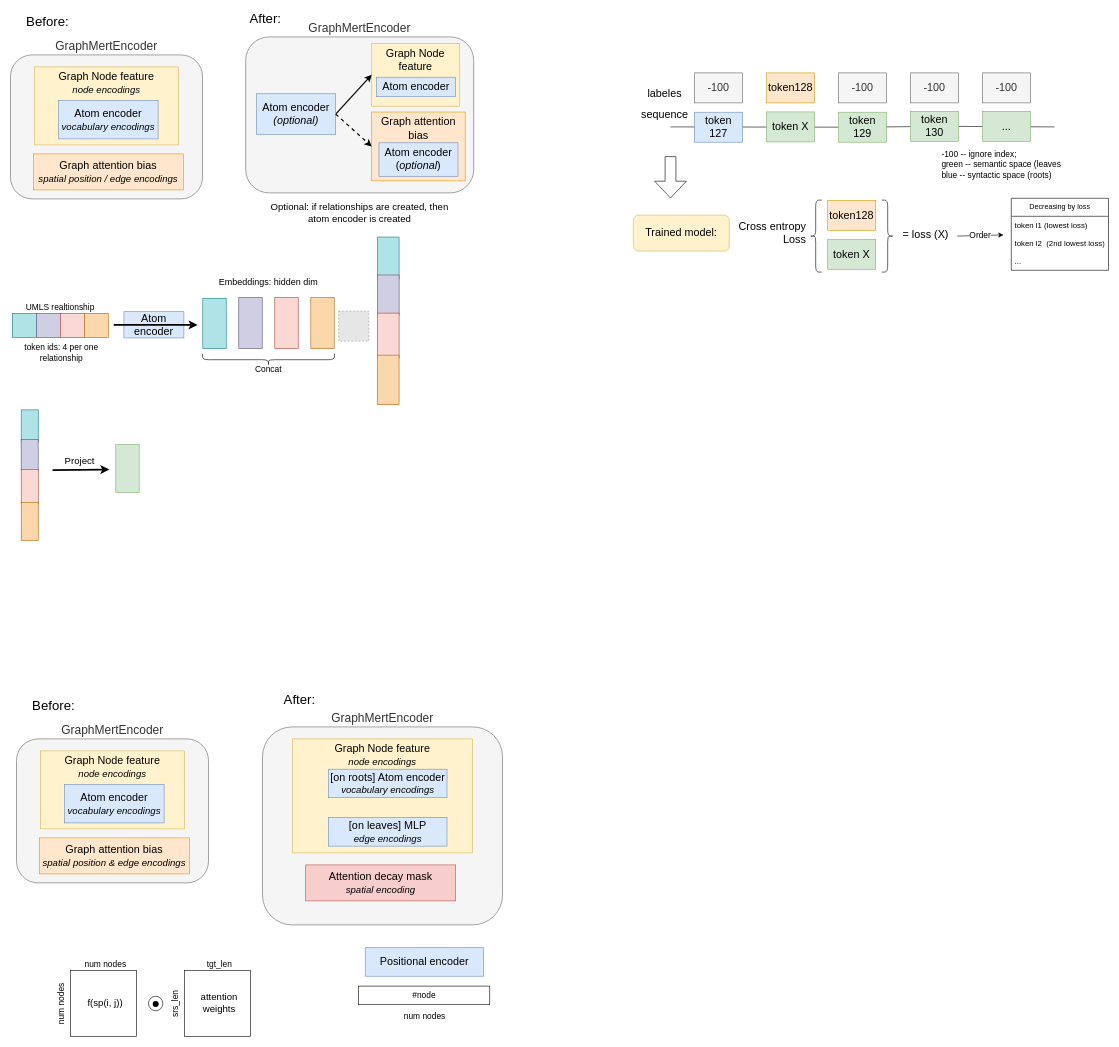
Above: page "Page-1" (1 of 3) of presentations/Untitled Diagram.drawio in across-stars/draw.io (draw.io), before the change. Source tidied: cells renumbered, new cells numbered last; positions are measured from the earlier drawing's top-left corner, leaving out a move shared by most shapes. Both pictures are drawn from the tidied source at 60%, with x=0, y=0 at pixel (10, 10). Pictures stored in the file or linked from it are replaced by grey dashed boxes.
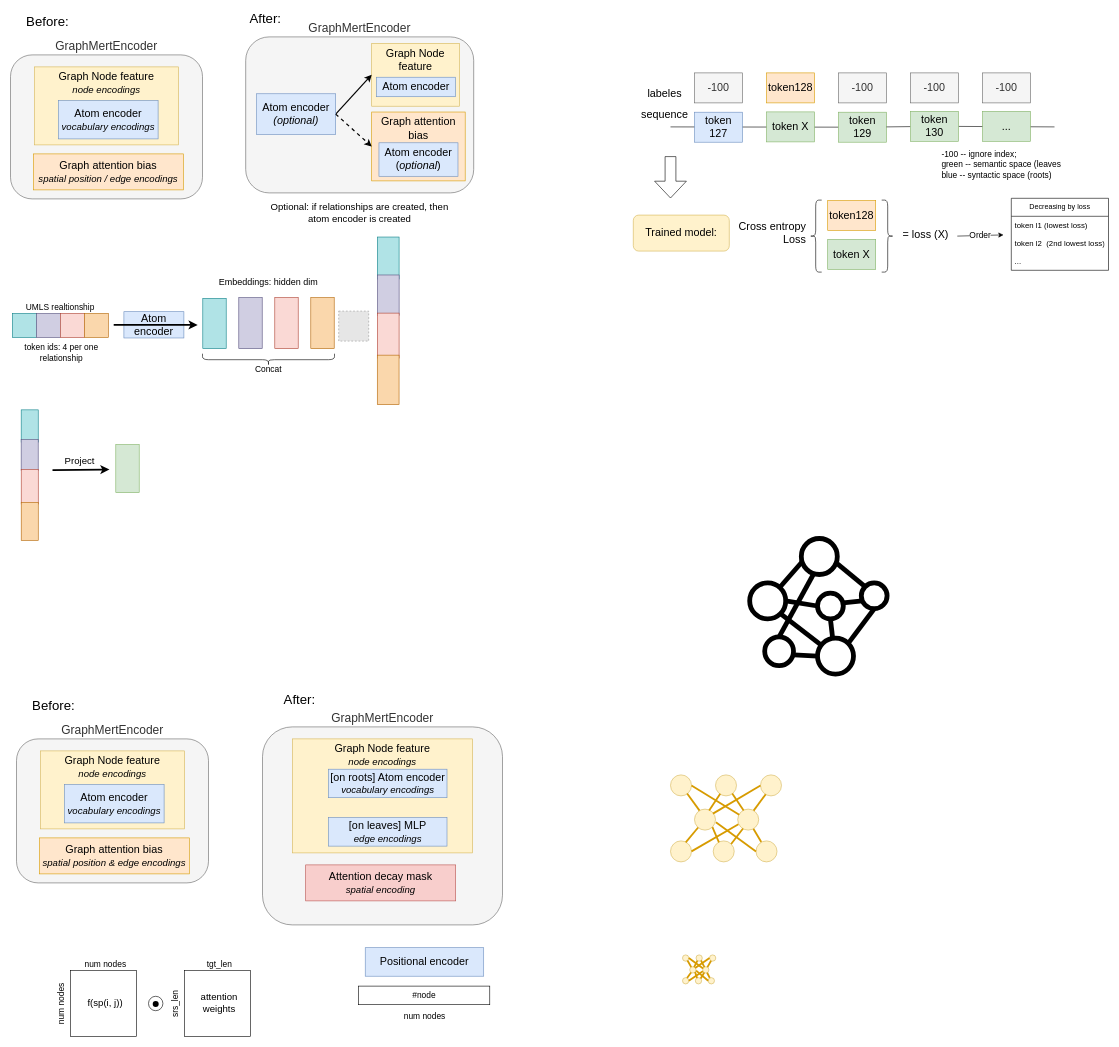
The same page after the edit.

What changed in the source:
```diff
@@
+    <mxCell id="107" style="group;" parent="1" vertex="1">
+      <mxGeometry x="1232" y="880" width="229" height="226" as="geometry" />
+    </mxCell>
+    <mxCell id="108" style="ellipse;whiteSpace=wrap;html=1;strokeWidth=8;fillColor=none;" parent="107" vertex="1">
+      <mxGeometry x="86" width="60" height="60" as="geometry" />
+    </mxCell>
+    <mxCell id="109" style="edgeStyle=none;shape=connector;rounded=0;jettySize=auto;html=1;exitX=1;exitY=1;exitDx=0;exitDy=0;strokeColor=default;strokeWidth=8;align=center;verticalAlign=middle;fontFamily=Helvetica;fontSize=11;fontColor=default;labelBackgroundColor=default;startFill=0;endArrow=none;" parent="107" edge="1" source="110" target="115">
+      <mxGeometry relative="1" as="geometry" />
+    </mxCell>
+    <mxCell id="110" style="ellipse;whiteSpace=wrap;html=1;strokeWidth=8;fillColor=none;" parent="107" vertex="1">
+      <mxGeometry y="74" width="60" height="60" as="geometry" />
+    </mxCell>
+    <mxCell id="111" style="edgeStyle=none;shape=connector;rounded=0;jettySize=auto;html=1;exitX=0;exitY=0.5;exitDx=0;exitDy=0;entryX=1;entryY=0.5;entryDx=0;entryDy=0;strokeColor=default;strokeWidth=8;align=center;verticalAlign=middle;fontFamily=Helvetica;fontSize=11;fontColor=default;labelBackgroundColor=default;startFill=0;endArrow=none;" parent="107" edge="1" source="112" target="110">
+      <mxGeometry relative="1" as="geometry" />
+    </mxCell>
+    <mxCell id="112" style="ellipse;whiteSpace=wrap;html=1;strokeWidth=8;fillColor=none;" parent="107" vertex="1">
+      <mxGeometry x="113" y="91" width="43" height="43" as="geometry" />
+    </mxCell>
+    <mxCell id="113" style="ellipse;whiteSpace=wrap;html=1;strokeWidth=8;fillColor=none;" parent="107" vertex="1">
+      <mxGeometry x="25" y="164" width="48" height="48" as="geometry" />
+    </mxCell>
+    <mxCell id="114" style="edgeStyle=none;shape=connector;rounded=0;jettySize=auto;html=1;exitX=1;exitY=0;exitDx=0;exitDy=0;entryX=0.5;entryY=1;entryDx=0;entryDy=0;strokeColor=default;strokeWidth=8;align=center;verticalAlign=middle;fontFamily=Helvetica;fontSize=11;fontColor=default;labelBackgroundColor=default;startFill=0;endArrow=none;" parent="107" edge="1" source="115" target="116">
+      <mxGeometry relative="1" as="geometry" />
+    </mxCell>
+    <mxCell id="115" style="ellipse;whiteSpace=wrap;html=1;strokeWidth=8;fillColor=none;" parent="107" vertex="1">
+      <mxGeometry x="113" y="166" width="60" height="60" as="geometry" />
+    </mxCell>
+    <mxCell id="116" style="ellipse;whiteSpace=wrap;html=1;strokeWidth=8;fillColor=none;" parent="107" vertex="1">
+      <mxGeometry x="186" y="74" width="43" height="43" as="geometry" />
+    </mxCell>
+    <mxCell id="117" style="edgeStyle=none;shape=connector;rounded=0;jettySize=auto;html=1;exitX=0.5;exitY=1;exitDx=0;exitDy=0;strokeColor=default;strokeWidth=8;align=center;verticalAlign=middle;fontFamily=Helvetica;fontSize=11;fontColor=default;labelBackgroundColor=default;startFill=0;endArrow=none;" parent="107" edge="1" source="112">
+      <mxGeometry relative="1" as="geometry">
+        <mxPoint x="138" y="164" as="targetPoint" />
+      </mxGeometry>
+    </mxCell>
+    <mxCell id="118" style="edgeStyle=none;shape=connector;rounded=0;jettySize=auto;html=1;exitX=0;exitY=0.5;exitDx=0;exitDy=0;entryX=1.013;entryY=0.627;entryDx=0;entryDy=0;entryPerimeter=0;strokeColor=default;strokeWidth=8;align=center;verticalAlign=middle;fontFamily=Helvetica;fontSize=11;fontColor=default;labelBackgroundColor=default;startFill=0;endArrow=none;" parent="107" edge="1" source="115" target="113">
+      <mxGeometry relative="1" as="geometry" />
+    </mxCell>
+    <mxCell id="119" style="edgeStyle=none;shape=connector;rounded=0;jettySize=auto;html=1;exitX=0.5;exitY=0;exitDx=0;exitDy=0;entryX=0.333;entryY=1;entryDx=0;entryDy=0;entryPerimeter=0;strokeColor=default;strokeWidth=8;align=center;verticalAlign=middle;fontFamily=Helvetica;fontSize=11;fontColor=default;labelBackgroundColor=default;startFill=0;endArrow=none;" parent="107" edge="1" source="113" target="108">
+      <mxGeometry relative="1" as="geometry" />
+    </mxCell>
+    <mxCell id="120" style="edgeStyle=none;shape=connector;rounded=0;jettySize=auto;html=1;exitX=0;exitY=0;exitDx=0;exitDy=0;entryX=0.997;entryY=0.7;entryDx=0;entryDy=0;entryPerimeter=0;strokeColor=default;strokeWidth=8;align=center;verticalAlign=middle;fontFamily=Helvetica;fontSize=11;fontColor=default;labelBackgroundColor=default;startFill=0;endArrow=none;" parent="107" edge="1" source="116" target="108">
+      <mxGeometry relative="1" as="geometry" />
+    </mxCell>
+    <mxCell id="121" style="edgeStyle=none;shape=connector;rounded=0;jettySize=auto;html=1;entryX=0.017;entryY=0.653;entryDx=0;entryDy=0;entryPerimeter=0;strokeColor=default;strokeWidth=8;align=center;verticalAlign=middle;fontFamily=Helvetica;fontSize=11;fontColor=default;labelBackgroundColor=default;startFill=0;endArrow=none;" parent="107" edge="1" source="110" target="108">
+      <mxGeometry relative="1" as="geometry" />
+    </mxCell>
+    <mxCell id="122" style="edgeStyle=none;shape=connector;rounded=0;jettySize=auto;html=1;exitX=0.993;exitY=0.383;exitDx=0;exitDy=0;entryX=0.037;entryY=0.697;entryDx=0;entryDy=0;entryPerimeter=0;strokeColor=default;strokeWidth=8;align=center;verticalAlign=middle;fontFamily=Helvetica;fontSize=11;fontColor=default;labelBackgroundColor=default;startFill=0;endArrow=none;exitPerimeter=0;" parent="107" edge="1" source="112" target="116">
+      <mxGeometry relative="1" as="geometry" />
+    </mxCell>
+    <mxCell id="123" style="group;" parent="1" vertex="1">
+      <mxGeometry x="1120" y="1574" width="60" height="50" as="geometry" />
+    </mxCell>
+    <mxCell id="124" style="group;flipV=1;" parent="123" vertex="1">
+      <mxGeometry y="37.9" width="57" height="12.1" as="geometry" />
+    </mxCell>
+    <mxCell id="125" style="ellipse;whiteSpace=wrap;html=1;fontFamily=Helvetica;fontSize=11;labelBackgroundColor=default;fillColor=#fff2cc;strokeColor=#d6b656;" parent="124" vertex="1">
+      <mxGeometry width="10.5" height="10.5" as="geometry" />
+    </mxCell>
+    <mxCell id="126" style="ellipse;whiteSpace=wrap;html=1;fontFamily=Helvetica;fontSize=11;labelBackgroundColor=default;fillColor=#fff2cc;strokeColor=#d6b656;" parent="124" vertex="1">
+      <mxGeometry x="21.4" width="10.5" height="10.5" as="geometry" />
+    </mxCell>
+    <mxCell id="127" style="ellipse;whiteSpace=wrap;html=1;fontFamily=Helvetica;fontSize=11;labelBackgroundColor=default;fillColor=#fff2cc;strokeColor=#d6b656;" parent="124" vertex="1">
+      <mxGeometry x="42.8" width="10.5" height="10.5" as="geometry" />
+    </mxCell>
+    <mxCell id="128" style="group;flipV=1;" parent="123" vertex="1">
+      <mxGeometry x="12" y="19.7" width="36" height="12.1" as="geometry" />
+    </mxCell>
+    <mxCell id="129" style="ellipse;whiteSpace=wrap;html=1;fontFamily=Helvetica;fontSize=11;labelBackgroundColor=default;fillColor=#fff2cc;strokeColor=#d6b656;" parent="128" vertex="1">
+      <mxGeometry width="10.5" height="10.5" as="geometry" />
+    </mxCell>
+    <mxCell id="130" style="ellipse;whiteSpace=wrap;html=1;fontFamily=Helvetica;fontSize=11;labelBackgroundColor=default;fillColor=#fff2cc;strokeColor=#d6b656;" parent="128" vertex="1">
+      <mxGeometry x="21.6" width="10.5" height="10.5" as="geometry" />
+    </mxCell>
+    <mxCell id="131" style="group;flipV=1;" parent="123" vertex="1">
+      <mxGeometry width="60" height="12.1" as="geometry" />
+    </mxCell>
+    <mxCell id="132" style="ellipse;whiteSpace=wrap;html=1;fontFamily=Helvetica;fontSize=11;labelBackgroundColor=default;fillColor=#fff2cc;strokeColor=#d6b656;" parent="131" vertex="1">
+      <mxGeometry width="10.5" height="10.5" as="geometry" />
+    </mxCell>
+    <mxCell id="133" style="ellipse;whiteSpace=wrap;html=1;fontFamily=Helvetica;fontSize=11;labelBackgroundColor=default;fillColor=#fff2cc;strokeColor=#d6b656;" parent="131" vertex="1">
+      <mxGeometry x="22.5" width="10.5" height="10.5" as="geometry" />
+    </mxCell>
+    <mxCell id="134" style="ellipse;whiteSpace=wrap;html=1;fontFamily=Helvetica;fontSize=11;labelBackgroundColor=default;fillColor=#fff2cc;strokeColor=#d6b656;" parent="131" vertex="1">
+      <mxGeometry x="45" width="10.5" height="10.5" as="geometry" />
+    </mxCell>
+    <mxCell id="135" style="edgeStyle=none;shape=connector;rounded=0;jettySize=auto;html=1;exitX=0.25;exitY=0.051;exitDx=0;exitDy=0;strokeColor=#d79b00;strokeWidth=3;align=center;verticalAlign=middle;fontFamily=Helvetica;fontSize=11;fontColor=default;labelBackgroundColor=default;startFill=0;endArrow=none;exitPerimeter=0;fillColor=#ffe6cc;" parent="123" edge="1" source="127" target="130">
+      <mxGeometry relative="1" as="geometry" />
+    </mxCell>
+    <mxCell id="136" style="edgeStyle=none;shape=connector;rounded=0;jettySize=auto;html=1;exitX=0.759;exitY=0.073;exitDx=0;exitDy=0;entryX=0.25;entryY=0.919;entryDx=0;entryDy=0;entryPerimeter=0;strokeColor=#d79b00;strokeWidth=3;align=center;verticalAlign=middle;fontFamily=Helvetica;fontSize=11;fontColor=default;labelBackgroundColor=default;startFill=0;endArrow=none;fillColor=#ffe6cc;exitPerimeter=0;" parent="123" edge="1" source="130" target="134">
+      <mxGeometry relative="1" as="geometry" />
+    </mxCell>
+    <mxCell id="137" style="edgeStyle=none;shape=connector;rounded=0;jettySize=auto;html=1;exitX=0.283;exitY=0.064;exitDx=0;exitDy=0;entryX=0.797;entryY=0.889;entryDx=0;entryDy=0;strokeColor=#d79b00;strokeWidth=3;align=center;verticalAlign=middle;fontFamily=Helvetica;fontSize=11;fontColor=default;labelBackgroundColor=default;startFill=0;endArrow=none;fillColor=#ffe6cc;exitPerimeter=0;entryPerimeter=0;" parent="123" edge="1" source="130" target="133">
+      <mxGeometry relative="1" as="geometry" />
+    </mxCell>
+    <mxCell id="138" style="edgeStyle=none;shape=connector;rounded=0;jettySize=auto;html=1;exitX=0.697;exitY=0.064;exitDx=0;exitDy=0;entryX=0.226;entryY=0.898;entryDx=0;entryDy=0;strokeColor=#d79b00;strokeWidth=3;align=center;verticalAlign=middle;fontFamily=Helvetica;fontSize=11;fontColor=default;labelBackgroundColor=default;startFill=0;endArrow=none;fillColor=#ffe6cc;exitPerimeter=0;entryPerimeter=0;" parent="123" edge="1" source="129" target="133">
+      <mxGeometry relative="1" as="geometry" />
+    </mxCell>
+    <mxCell id="139" style="edgeStyle=none;shape=connector;rounded=0;jettySize=auto;html=1;exitX=0.24;exitY=0.073;exitDx=0;exitDy=0;entryX=0.792;entryY=0.889;entryDx=0;entryDy=0;strokeColor=#d79b00;strokeWidth=3;align=center;verticalAlign=middle;fontFamily=Helvetica;fontSize=11;fontColor=default;labelBackgroundColor=default;startFill=0;endArrow=none;fillColor=#ffe6cc;exitPerimeter=0;entryPerimeter=0;" parent="123" edge="1" source="129" target="132">
+      <mxGeometry relative="1" as="geometry" />
+    </mxCell>
+    <mxCell id="140" style="edgeStyle=none;shape=connector;rounded=0;jettySize=auto;html=1;exitX=0.726;exitY=0.069;exitDx=0;exitDy=0;strokeColor=#d79b00;strokeWidth=3;align=center;verticalAlign=middle;fontFamily=Helvetica;fontSize=11;fontColor=default;labelBackgroundColor=default;startFill=0;endArrow=none;fillColor=#ffe6cc;exitPerimeter=0;" parent="123" edge="1" source="125" target="129">
+      <mxGeometry relative="1" as="geometry" />
+    </mxCell>
+    <mxCell id="141" style="edgeStyle=none;shape=connector;rounded=0;jettySize=auto;html=1;exitX=0.273;exitY=0.069;exitDx=0;exitDy=0;strokeColor=#d79b00;strokeWidth=3;align=center;verticalAlign=middle;fontFamily=Helvetica;fontSize=11;fontColor=default;labelBackgroundColor=default;startFill=0;endArrow=none;fillColor=#ffe6cc;exitPerimeter=0;entryX=1;entryY=1;entryDx=0;entryDy=0;" parent="123" edge="1" source="126" target="129">
+      <mxGeometry relative="1" as="geometry" />
+    </mxCell>
+    <mxCell id="142" style="edgeStyle=none;shape=connector;rounded=0;jettySize=auto;html=1;exitX=1;exitY=0;exitDx=0;exitDy=0;entryX=0.254;entryY=0.921;entryDx=0;entryDy=0;entryPerimeter=0;strokeColor=#d79b00;strokeWidth=3;align=center;verticalAlign=middle;fontFamily=Helvetica;fontSize=11;fontColor=default;labelBackgroundColor=default;startFill=0;endArrow=none;fillColor=#ffe6cc;" parent="123" edge="1" source="126" target="130">
+      <mxGeometry relative="1" as="geometry" />
+    </mxCell>
+    <mxCell id="143" style="edgeStyle=none;shape=connector;rounded=0;jettySize=auto;html=1;exitX=0.073;exitY=0.273;exitDx=0;exitDy=0;entryX=1;entryY=0.5;entryDx=0;entryDy=0;strokeColor=#d79b00;strokeWidth=3;align=center;verticalAlign=middle;fontFamily=Helvetica;fontSize=11;fontColor=default;labelBackgroundColor=default;startFill=0;endArrow=none;fillColor=#ffe6cc;exitPerimeter=0;" parent="123" edge="1" source="130" target="132">
+      <mxGeometry relative="1" as="geometry" />
+    </mxCell>
+    <mxCell id="144" style="edgeStyle=none;shape=connector;rounded=0;jettySize=auto;html=1;exitX=0.878;exitY=0.216;exitDx=0;exitDy=0;entryX=0;entryY=0.5;entryDx=0;entryDy=0;strokeColor=#d79b00;strokeWidth=3;align=center;verticalAlign=middle;fontFamily=Helvetica;fontSize=11;fontColor=default;labelBackgroundColor=default;startFill=0;endArrow=none;fillColor=#ffe6cc;exitPerimeter=0;" parent="123" edge="1" source="129" target="134">
+      <mxGeometry relative="1" as="geometry" />
+    </mxCell>
+    <mxCell id="145" style="edgeStyle=none;shape=connector;rounded=0;jettySize=auto;html=1;exitX=1;exitY=0.5;exitDx=0;exitDy=0;entryX=0.035;entryY=0.721;entryDx=0;entryDy=0;strokeColor=#d79b00;strokeWidth=3;align=center;verticalAlign=middle;fontFamily=Helvetica;fontSize=11;fontColor=default;labelBackgroundColor=default;startFill=0;endArrow=none;fillColor=#ffe6cc;entryPerimeter=0;" parent="123" edge="1" source="125" target="130">
+      <mxGeometry relative="1" as="geometry" />
+    </mxCell>
+    <mxCell id="146" style="edgeStyle=none;shape=connector;rounded=0;jettySize=auto;html=1;exitX=0;exitY=0.5;exitDx=0;exitDy=0;entryX=1.021;entryY=0.626;entryDx=0;entryDy=0;strokeColor=#d79b00;strokeWidth=3;align=center;verticalAlign=middle;fontFamily=Helvetica;fontSize=11;fontColor=default;labelBackgroundColor=default;startFill=0;endArrow=none;fillColor=#ffe6cc;entryPerimeter=0;" parent="123" edge="1" source="127" target="129">
+      <mxGeometry relative="1" as="geometry" />
+    </mxCell>
+    <mxCell id="147" parent="0" />
+    <mxCell id="148" style="group;flipV=1;" parent="147" vertex="1">
+      <mxGeometry x="1100" y="1384" width="190" height="35" as="geometry" />
+    </mxCell>
+    <mxCell id="149" style="ellipse;whiteSpace=wrap;html=1;fontFamily=Helvetica;fontSize=11;labelBackgroundColor=default;fillColor=#fff2cc;strokeColor=#d6b656;" parent="148" vertex="1">
+      <mxGeometry width="35" height="35" as="geometry" />
+    </mxCell>
+    <mxCell id="150" style="ellipse;whiteSpace=wrap;html=1;fontFamily=Helvetica;fontSize=11;labelBackgroundColor=default;fillColor=#fff2cc;strokeColor=#d6b656;" parent="148" vertex="1">
+      <mxGeometry x="71.2" width="35" height="35" as="geometry" />
+    </mxCell>
+    <mxCell id="151" style="ellipse;whiteSpace=wrap;html=1;fontFamily=Helvetica;fontSize=11;labelBackgroundColor=default;fillColor=#fff2cc;strokeColor=#d6b656;" parent="148" vertex="1">
+      <mxGeometry x="142.5" width="35" height="35" as="geometry" />
+    </mxCell>
+    <mxCell id="152" style="group;flipV=1;" parent="147" vertex="1">
+      <mxGeometry x="1140" y="1331" width="120" height="35" as="geometry" />
+    </mxCell>
+    <mxCell id="153" style="ellipse;whiteSpace=wrap;html=1;fontFamily=Helvetica;fontSize=11;labelBackgroundColor=default;fillColor=#fff2cc;strokeColor=#d6b656;" parent="152" vertex="1">
+      <mxGeometry width="35" height="35" as="geometry" />
+    </mxCell>
+    <mxCell id="154" style="ellipse;whiteSpace=wrap;html=1;fontFamily=Helvetica;fontSize=11;labelBackgroundColor=default;fillColor=#fff2cc;strokeColor=#d6b656;" parent="152" vertex="1">
+      <mxGeometry x="72" width="35" height="35" as="geometry" />
+    </mxCell>
+    <mxCell id="155" style="group;flipV=1;" parent="147" vertex="1">
+      <mxGeometry x="1100" y="1274" width="200" height="35" as="geometry" />
+    </mxCell>
+    <mxCell id="156" style="ellipse;whiteSpace=wrap;html=1;fontFamily=Helvetica;fontSize=11;labelBackgroundColor=default;fillColor=#fff2cc;strokeColor=#d6b656;" parent="155" vertex="1">
+      <mxGeometry width="35" height="35" as="geometry" />
+    </mxCell>
+    <mxCell id="157" style="ellipse;whiteSpace=wrap;html=1;fontFamily=Helvetica;fontSize=11;labelBackgroundColor=default;fillColor=#fff2cc;strokeColor=#d6b656;" parent="155" vertex="1">
+      <mxGeometry x="75" width="35" height="35" as="geometry" />
+    </mxCell>
+    <mxCell id="158" style="ellipse;whiteSpace=wrap;html=1;fontFamily=Helvetica;fontSize=11;labelBackgroundColor=default;fillColor=#fff2cc;strokeColor=#d6b656;" parent="155" vertex="1">
+      <mxGeometry x="150" width="35" height="35" as="geometry" />
+    </mxCell>
+    <mxCell id="159" style="edgeStyle=none;shape=connector;rounded=0;jettySize=auto;html=1;exitX=0.25;exitY=0.051;exitDx=0;exitDy=0;strokeColor=#d79b00;strokeWidth=3;align=center;verticalAlign=middle;fontFamily=Helvetica;fontSize=11;fontColor=default;labelBackgroundColor=default;startFill=0;endArrow=none;exitPerimeter=0;fillColor=#ffe6cc;" parent="147" edge="1" source="151" target="154">
+      <mxGeometry relative="1" as="geometry" />
+    </mxCell>
+    <mxCell id="160" style="edgeStyle=none;shape=connector;rounded=0;jettySize=auto;html=1;exitX=0.759;exitY=0.073;exitDx=0;exitDy=0;entryX=0.25;entryY=0.919;entryDx=0;entryDy=0;entryPerimeter=0;strokeColor=#d79b00;strokeWidth=3;align=center;verticalAlign=middle;fontFamily=Helvetica;fontSize=11;fontColor=default;labelBackgroundColor=default;startFill=0;endArrow=none;fillColor=#ffe6cc;exitPerimeter=0;" parent="147" edge="1" source="154" target="158">
+      <mxGeometry relative="1" as="geometry" />
+    </mxCell>
+    <mxCell id="161" style="edgeStyle=none;shape=connector;rounded=0;jettySize=auto;html=1;exitX=0.283;exitY=0.064;exitDx=0;exitDy=0;entryX=0.797;entryY=0.889;entryDx=0;entryDy=0;strokeColor=#d79b00;strokeWidth=3;align=center;verticalAlign=middle;fontFamily=Helvetica;fontSize=11;fontColor=default;labelBackgroundColor=default;startFill=0;endArrow=none;fillColor=#ffe6cc;exitPerimeter=0;entryPerimeter=0;" parent="147" edge="1" source="154" target="157">
+      <mxGeometry relative="1" as="geometry" />
+    </mxCell>
+    <mxCell id="162" style="edgeStyle=none;shape=connector;rounded=0;jettySize=auto;html=1;exitX=0.697;exitY=0.064;exitDx=0;exitDy=0;entryX=0.226;entryY=0.898;entryDx=0;entryDy=0;strokeColor=#d79b00;strokeWidth=3;align=center;verticalAlign=middle;fontFamily=Helvetica;fontSize=11;fontColor=default;labelBackgroundColor=default;startFill=0;endArrow=none;fillColor=#ffe6cc;exitPerimeter=0;entryPerimeter=0;" parent="147" edge="1" source="153" target="157">
+      <mxGeometry relative="1" as="geometry" />
+    </mxCell>
+    <mxCell id="163" style="edgeStyle=none;shape=connector;rounded=0;jettySize=auto;html=1;exitX=0.24;exitY=0.073;exitDx=0;exitDy=0;entryX=0.792;entryY=0.889;entryDx=0;entryDy=0;strokeColor=#d79b00;strokeWidth=3;align=center;verticalAlign=middle;fontFamily=Helvetica;fontSize=11;fontColor=default;labelBackgroundColor=default;startFill=0;endArrow=none;fillColor=#ffe6cc;exitPerimeter=0;entryPerimeter=0;" parent="147" edge="1" source="153" target="156">
+      <mxGeometry relative="1" as="geometry" />
+    </mxCell>
+    <mxCell id="164" style="edgeStyle=none;shape=connector;rounded=0;jettySize=auto;html=1;exitX=0.726;exitY=0.069;exitDx=0;exitDy=0;strokeColor=#d79b00;strokeWidth=3;align=center;verticalAlign=middle;fontFamily=Helvetica;fontSize=11;fontColor=default;labelBackgroundColor=default;startFill=0;endArrow=none;fillColor=#ffe6cc;exitPerimeter=0;" parent="147" edge="1" source="149" target="153">
+      <mxGeometry relative="1" as="geometry" />
+    </mxCell>
+    <mxCell id="165" style="edgeStyle=none;shape=connector;rounded=0;jettySize=auto;html=1;exitX=0.273;exitY=0.069;exitDx=0;exitDy=0;strokeColor=#d79b00;strokeWidth=3;align=center;verticalAlign=middle;fontFamily=Helvetica;fontSize=11;fontColor=default;labelBackgroundColor=default;startFill=0;endArrow=none;fillColor=#ffe6cc;exitPerimeter=0;entryX=1;entryY=1;entryDx=0;entryDy=0;" parent="147" edge="1" source="150" target="153">
+      <mxGeometry relative="1" as="geometry" />
+    </mxCell>
+    <mxCell id="166" style="edgeStyle=none;shape=connector;rounded=0;jettySize=auto;html=1;exitX=1;exitY=0;exitDx=0;exitDy=0;entryX=0.254;entryY=0.921;entryDx=0;entryDy=0;entryPerimeter=0;strokeColor=#d79b00;strokeWidth=3;align=center;verticalAlign=middle;fontFamily=Helvetica;fontSize=11;fontColor=default;labelBackgroundColor=default;startFill=0;endArrow=none;fillColor=#ffe6cc;" parent="147" edge="1" source="150" target="154">
+      <mxGeometry relative="1" as="geometry" />
+    </mxCell>
+    <mxCell id="167" style="edgeStyle=none;shape=connector;rounded=0;jettySize=auto;html=1;exitX=0.073;exitY=0.273;exitDx=0;exitDy=0;entryX=1;entryY=0.5;entryDx=0;entryDy=0;strokeColor=#d79b00;strokeWidth=3;align=center;verticalAlign=middle;fontFamily=Helvetica;fontSize=11;fontColor=default;labelBackgroundColor=default;startFill=0;endArrow=none;fillColor=#ffe6cc;exitPerimeter=0;" parent="147" edge="1" source="154" target="156">
+      <mxGeometry relative="1" as="geometry" />
+    </mxCell>
+    <mxCell id="168" style="edgeStyle=none;shape=connector;rounded=0;jettySize=auto;html=1;exitX=0.878;exitY=0.216;exitDx=0;exitDy=0;entryX=0;entryY=0.5;entryDx=0;entryDy=0;strokeColor=#d79b00;strokeWidth=3;align=center;verticalAlign=middle;fontFamily=Helvetica;fontSize=11;fontColor=default;labelBackgroundColor=default;startFill=0;endArrow=none;fillColor=#ffe6cc;exitPerimeter=0;" parent="147" edge="1" source="153" target="158">
+      <mxGeometry relative="1" as="geometry" />
+    </mxCell>
+    <mxCell id="169" style="edgeStyle=none;shape=connector;rounded=0;jettySize=auto;html=1;exitX=1;exitY=0.5;exitDx=0;exitDy=0;entryX=0.035;entryY=0.721;entryDx=0;entryDy=0;strokeColor=#d79b00;strokeWidth=3;align=center;verticalAlign=middle;fontFamily=Helvetica;fontSize=11;fontColor=default;labelBackgroundColor=default;startFill=0;endArrow=none;fillColor=#ffe6cc;entryPerimeter=0;" parent="147" edge="1" source="149" target="154">
+      <mxGeometry relative="1" as="geometry" />
+    </mxCell>
+    <mxCell id="170" style="edgeStyle=none;shape=connector;rounded=0;jettySize=auto;html=1;exitX=0;exitY=0.5;exitDx=0;exitDy=0;entryX=1.021;entryY=0.626;entryDx=0;entryDy=0;strokeColor=#d79b00;strokeWidth=3;align=center;verticalAlign=middle;fontFamily=Helvetica;fontSize=11;fontColor=default;labelBackgroundColor=default;startFill=0;endArrow=none;fillColor=#ffe6cc;entryPerimeter=0;" parent="147" edge="1" source="151" target="153">
+      <mxGeometry relative="1" as="geometry" />
+    </mxCell>
```
